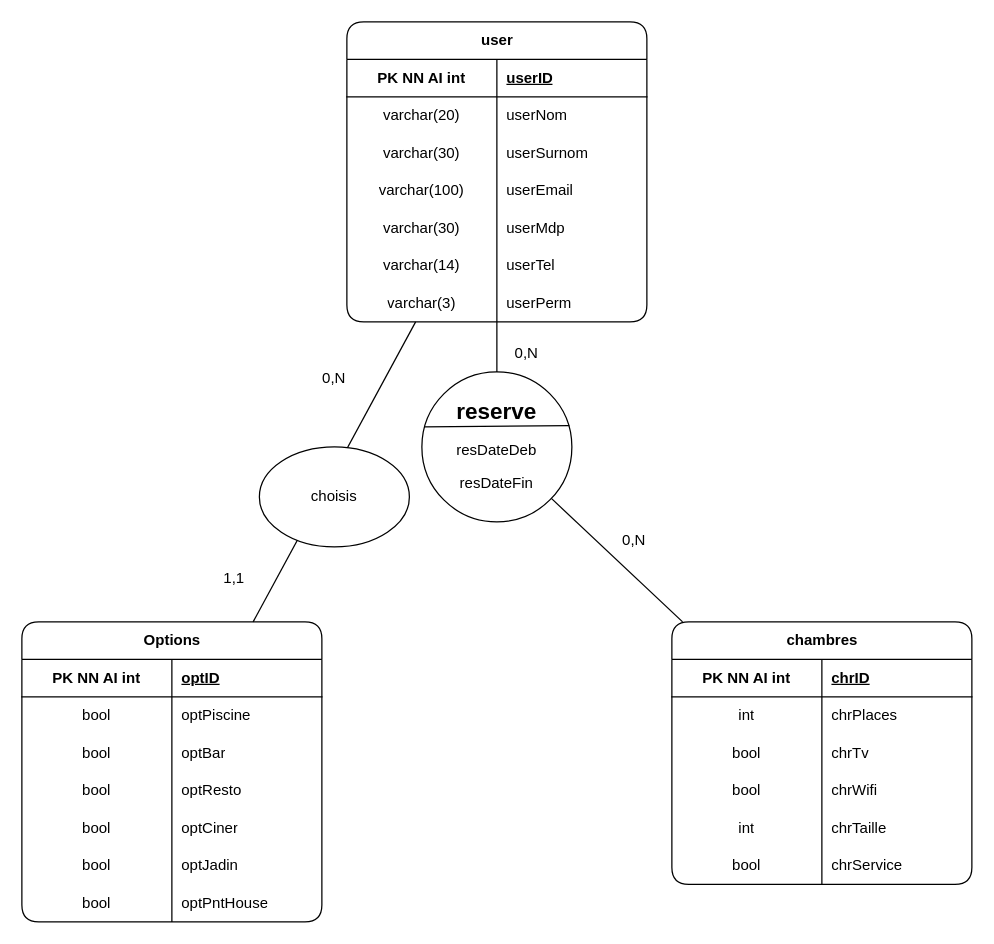
Above: page "mcd" (1 of 2) of config/bddMorningStar.drawio in Trex2007/morningStar (draw.io), before the change. Source tidied: cells renumbered, new cells numbered last; positions are measured from the earlier drawing's top-left corner, leaving out a move shared by most shapes. Both pictures are drawn from the tidied source at 125%, with x=0, y=0 at pixel (21, 21).
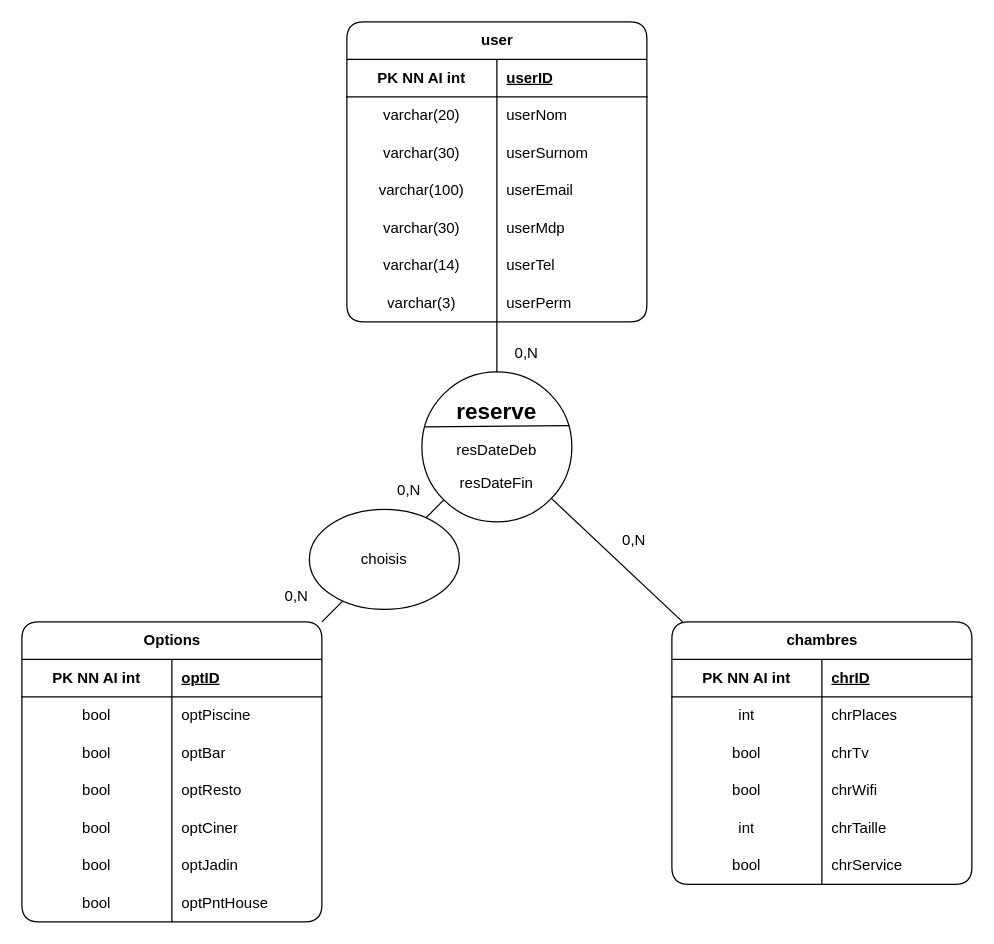
The same diagram, later.

Unchanged cells that the change refers to:
```xml
<mxCell id="2" value="user" style="shape=table;startSize=30;childLayout=tableLayout;rowLines=0;fontStyle=1;align=center;html=1;labelBackgroundColor=none;rounded=1;" parent="1" vertex="1">
  <mxGeometry x="260" width="240" height="240" as="geometry" />
</mxCell>
<mxCell id="43" value="Options" style="shape=table;startSize=30;childLayout=tableLayout;rowLines=0;fontStyle=1;align=center;html=1;labelBackgroundColor=none;rounded=1;" parent="1" vertex="1">
  <mxGeometry y="480" width="240" height="240" as="geometry" />
</mxCell>
<mxCell id="65" style="ellipse;whiteSpace=wrap;html=1;align=center;labelBackgroundColor=none;rounded=1;" parent="1" vertex="1">
  <mxGeometry x="320" y="280" width="120" height="120" as="geometry" />
</mxCell>
```

What changed in the source:
```diff
@@
-    <mxCell id="70" style="endArrow=none;html=1;rounded=0;" parent="1" edge="1" source="43" target="2">
+    <mxCell id="70" style="endArrow=none;html=1;rounded=0;" parent="1" edge="1" source="43" target="65">
       <mxGeometry relative="1" as="geometry" />
     </mxCell>
     <mxCell id="71" style="ellipse;whiteSpace=wrap;html=1;rounded=1;" parent="1" vertex="1">
-      <mxGeometry x="190" y="340" width="120" height="80" as="geometry" />
+      <mxGeometry x="230" y="390" width="120" height="80" as="geometry" />
     </mxCell>
     <mxCell id="72" value="choisis" style="text;html=1;strokeColor=none;fillColor=none;align=center;verticalAlign=middle;whiteSpace=wrap;rounded=0;" parent="1" vertex="1">
-      <mxGeometry x="220" y="365" width="60" height="30" as="geometry" />
+      <mxGeometry x="260" y="415" width="60" height="30" as="geometry" />
     </mxCell>
@@
     <mxCell id="75" value="0,N" style="text;html=1;strokeColor=none;fillColor=none;align=center;verticalAlign=middle;whiteSpace=wrap;rounded=0;" parent="1" vertex="1">
-      <mxGeometry x="220" y="270" width="60" height="30" as="geometry" />
+      <mxGeometry x="280" y="360" width="60" height="30" as="geometry" />
     </mxCell>
-    <mxCell id="76" value="1,1" style="text;html=1;strokeColor=none;fillColor=none;align=center;verticalAlign=middle;whiteSpace=wrap;rounded=0;" parent="1" vertex="1">
-      <mxGeometry x="140" y="430" width="60" height="30" as="geometry" />
+    <mxCell id="76" value="0,N" style="text;html=1;strokeColor=none;fillColor=none;align=center;verticalAlign=middle;whiteSpace=wrap;rounded=0;" parent="1" vertex="1">
+      <mxGeometry x="190" y="445" width="60" height="30" as="geometry" />
     </mxCell>
```
